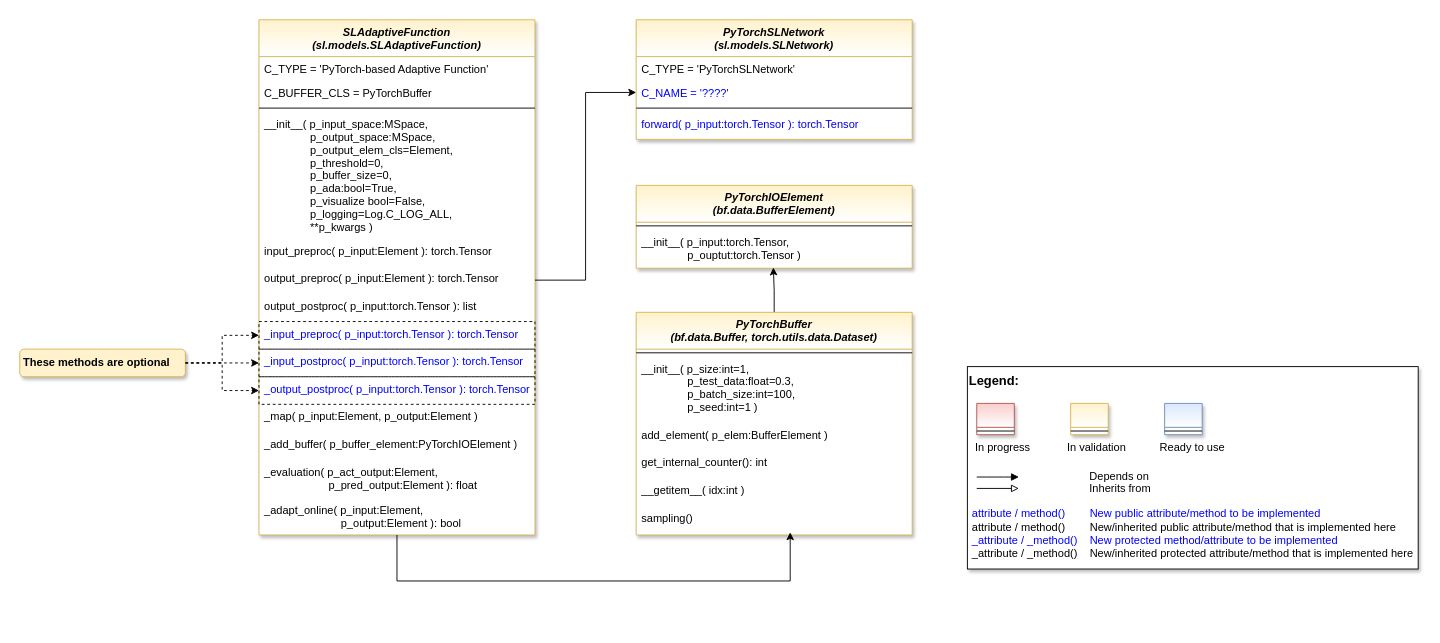
Earlier version of the draw.io diagram doc/rtd/content/04_appendices/appendix2/sub/core/mlpro_sl/images/MLPro-SL-PyTorch_class_diagram - Copy.drawio (fhswf/MLPro). Source tidied: cells renumbered, new cells numbered last; positions are measured from the earlier drawing's top-left corner, leaving out a move shared by most shapes. Both pictures are drawn from the tidied source at 92%, with x=0, y=0 at pixel (19, 19).
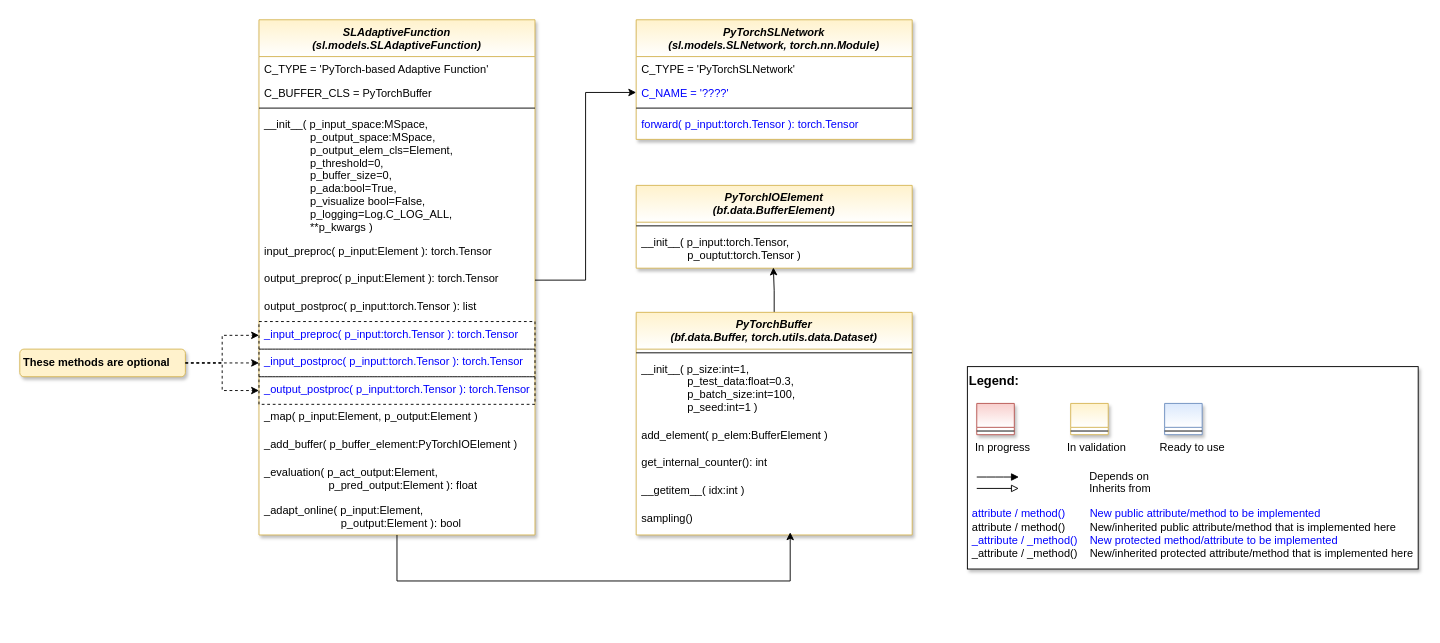
The same page after the edit.

What changed in the source:
```diff
@@
-    <mxCell id="12" value="PyTorchSLNetwork&#10;(sl.models.SLNetwork)" style="swimlane;fontStyle=3;align=center;verticalAlign=top;horizontal=1;startSize=40;rounded=0;shadow=1;strokeWidth=1;fillColor=#fff2cc;strokeColor=#d6b656;swimlaneFillColor=#ffffff;gradientColor=#FFFFFF;" parent="1" vertex="1">
+    <mxCell id="12" value="PyTorchSLNetwork&#10;(sl.models.SLNetwork, torch.nn.Module)" style="swimlane;fontStyle=3;align=center;verticalAlign=top;horizontal=1;startSize=40;rounded=0;shadow=1;strokeWidth=1;fillColor=#fff2cc;strokeColor=#d6b656;swimlaneFillColor=#ffffff;gradientColor=#FFFFFF;" parent="1" vertex="1">
       <mxGeometry x="670" width="300" height="130" as="geometry" />
     </mxCell>
```
